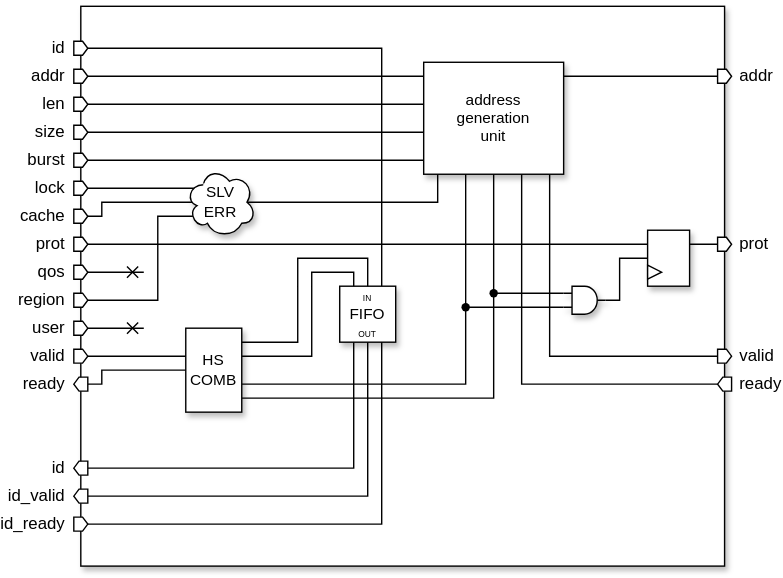
The draw.io diagram document/adn_axi_to_axil_des.svg in ADN-VLSI/adn_axi, before a commit. Source tidied: cells renumbered, new cells last; positions are measured from the earlier drawing's top-left corner, leaving out a move shared by most shapes.
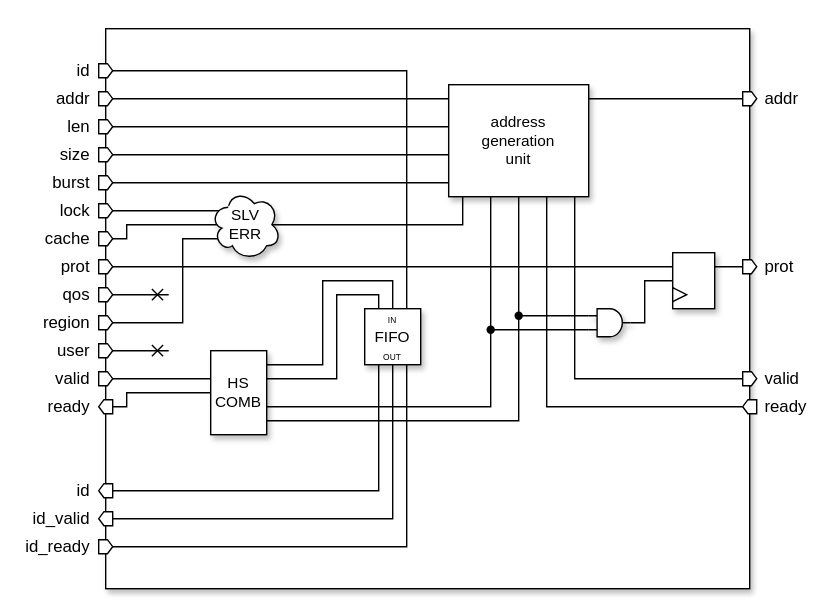
After the change.

Diff of the diagram source:
```diff
@@ -2,6 +2,9 @@
   <root>
     <mxCell id="0" />
     <mxCell id="1" parent="0" />
+    <mxCell id="60" style="whiteSpace=wrap;html=1;strokeColor=none;" parent="1" vertex="1">
+      <mxGeometry x="-70" y="-20" width="600" height="440" as="geometry" />
+    </mxCell>
     <mxCell id="2" style="whiteSpace=wrap;html=1;fontFamily=Helvetica;fontSize=11;fontColor=default;labelBackgroundColor=default;shadow=1;" parent="1" vertex="1">
       <mxGeometry x="5" width="460" height="400" as="geometry" />
     </mxCell>
```
